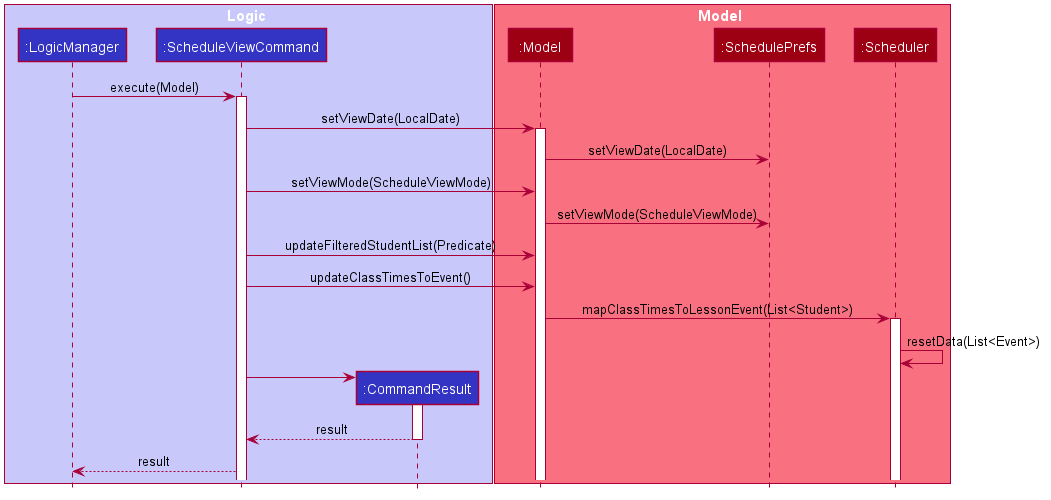
Above: docs/images/ScheduleSequenceDiagram.png in nus-cs2103-AY2021S1/tp (PlantUML), before the change. Its diagram source:
```plantuml
@startuml








skinparam BackgroundColor #FFFFFFF

skinparam Shadowing false

skinparam Class {
    FontColor #FFFFFF
    BorderThickness 1
    BorderColor #FFFFFF
    StereotypeFontColor #FFFFFF
    FontName Arial
}

skinparam Actor {
    BorderColor #000000
    Color #000000
    FontName Arial
}

skinparam Sequence {
    MessageAlign center
    BoxFontSize 15
    BoxPadding 0
    BoxFontColor #FFFFFF
    FontName Arial
}

skinparam Participant {
    FontColor #FFFFFFF
    Padding 20
}

skinparam MinClassWidth 50
skinparam ParticipantPadding 10
skinparam Shadowing false
skinparam DefaultTextAlignment center
skinparam packageStyle Rectangle

hide footbox
hide members
hide circle

box Logic #C8C8FA
participant ":LogicManager" as LogicManager #3333C4
participant ":ScheduleViewCommand" as ScheduleCommand #3333C4
participant ":CommandResult" as CommandResult #3333C4
end box

box Model #F97181
participant ":Model" as Model #9D0012
participant ":SchedulePrefs" as SchedulePrefs #9D0012
participant ":Scheduler" as Scheduler #9D0012
end box

LogicManager -> ScheduleCommand : execute(Model)
activate ScheduleCommand

ScheduleCommand -> Model : setViewDate(LocalDate)
activate Model

Model -> SchedulePrefs : setViewDate(LocalDate)

ScheduleCommand -> Model : setViewMode(ScheduleViewMode)
Model -> SchedulePrefs : setViewMode(ScheduleViewMode)

ScheduleCommand -> Model : updateFilteredStudentList(Predicate)

ScheduleCommand -> Model : updateClassTimesToEvent()
Model -> Scheduler : mapClassTimesToLessonEvent(List<Student>)
activate Scheduler

Scheduler -> Scheduler : resetData(List<Event>)

create CommandResult
ScheduleCommand -> CommandResult
activate CommandResult
CommandResult --> ScheduleCommand : result
deactivate CommandResult

ScheduleCommand --> LogicManager : result

@enduml
```
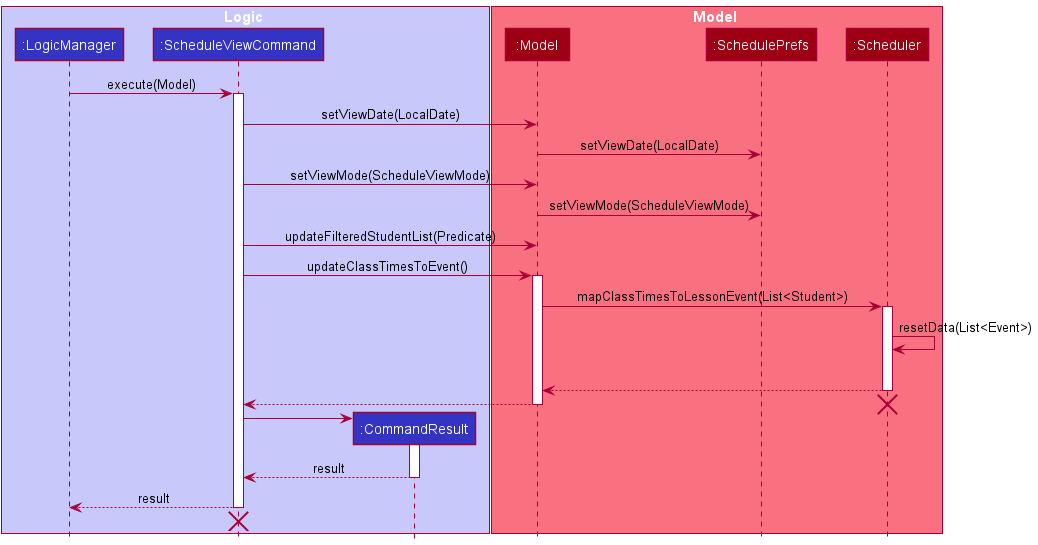
The same diagram one commit later.

What changed in the source:
```diff
@@ -1,70 +1,22 @@
 @startuml
+!include style.puml
 
-
-
-
-
-
-
-
-skinparam BackgroundColor #FFFFFFF
-
-skinparam Shadowing false
-
-skinparam Class {
-    FontColor #FFFFFF
-    BorderThickness 1
-    BorderColor #FFFFFF
-    StereotypeFontColor #FFFFFF
-    FontName Arial
-}
-
-skinparam Actor {
-    BorderColor #000000
-    Color #000000
-    FontName Arial
-}
-
-skinparam Sequence {
-    MessageAlign center
-    BoxFontSize 15
-    BoxPadding 0
-    BoxFontColor #FFFFFF
-    FontName Arial
-}
-
-skinparam Participant {
-    FontColor #FFFFFFF
-    Padding 20
-}
-
-skinparam MinClassWidth 50
-skinparam ParticipantPadding 10
-skinparam Shadowing false
-skinparam DefaultTextAlignment center
-skinparam packageStyle Rectangle
-
-hide footbox
-hide members
-hide circle
-
-box Logic #C8C8FA
-participant ":LogicManager" as LogicManager #3333C4
-participant ":ScheduleViewCommand" as ScheduleCommand #3333C4
-participant ":CommandResult" as CommandResult #3333C4
+box Logic LOGIC_COLOR_T1
+participant ":LogicManager" as LogicManager LOGIC_COLOR
+participant ":ScheduleViewCommand" as ScheduleCommand LOGIC_COLOR
+participant ":CommandResult" as CommandResult LOGIC_COLOR
 end box
 
-box Model #F97181
-participant ":Model" as Model #9D0012
-participant ":SchedulePrefs" as SchedulePrefs #9D0012
-participant ":Scheduler" as Scheduler #9D0012
+box Model MODEL_COLOR_T1
+participant ":Model" as Model MODEL_COLOR
+participant ":SchedulePrefs" as SchedulePrefs MODEL_COLOR
+participant ":Scheduler" as Scheduler MODEL_COLOR
 end box
 
 LogicManager -> ScheduleCommand : execute(Model)
 activate ScheduleCommand
 
 ScheduleCommand -> Model : setViewDate(LocalDate)
-activate Model
 
 Model -> SchedulePrefs : setViewDate(LocalDate)
 
@@ -74,10 +26,19 @@
 ScheduleCommand -> Model : updateFilteredStudentList(Predicate)
 
 ScheduleCommand -> Model : updateClassTimesToEvent()
+activate Model
+
 Model -> Scheduler : mapClassTimesToLessonEvent(List<Student>)
 activate Scheduler
 
 Scheduler -> Scheduler : resetData(List<Event>)
+Scheduler -[hidden]-> Scheduler
+Scheduler --> Model
+deactivate Scheduler
+
+Model --> ScheduleCommand
+deactivate Model
+destroy Scheduler
 
 create CommandResult
 ScheduleCommand -> CommandResult
@@ -86,5 +47,9 @@
 deactivate CommandResult
 
 ScheduleCommand --> LogicManager : result
+deactivate ScheduleCommand
+
+LogicManager -[hidden]-> ScheduleCommand
+destroy ScheduleCommand
 
 @enduml
```
